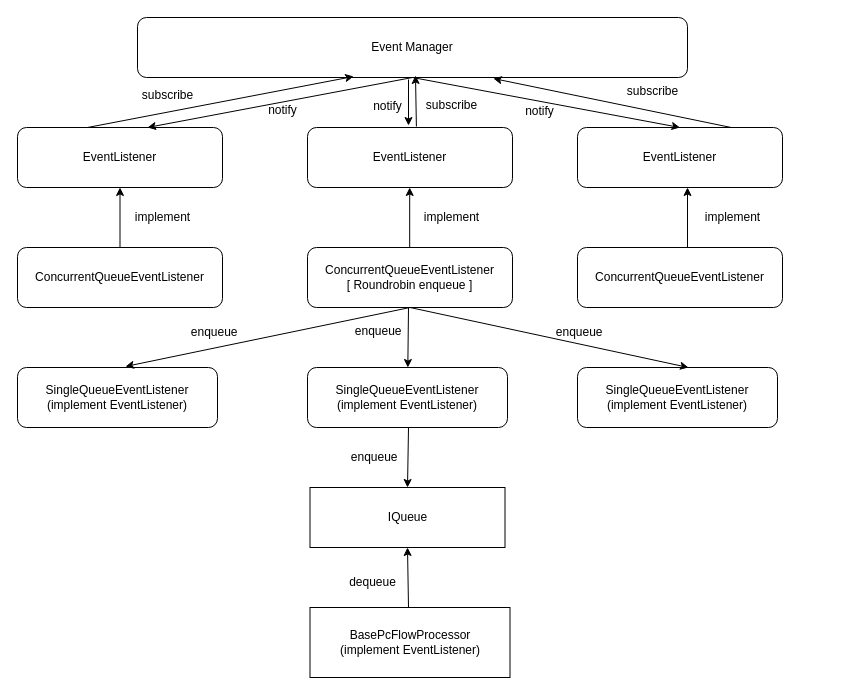
This is pcFlow.drawio from ndhcoder/my-configs, a draw.io file, before an edit. Source tidied: cells renumbered, new cells numbered last; positions are measured from the earlier drawing's top-left corner, leaving out a move shared by most shapes. Both pictures are drawn from the tidied source at 100%, with x=0, y=0 at pixel (17, 17).
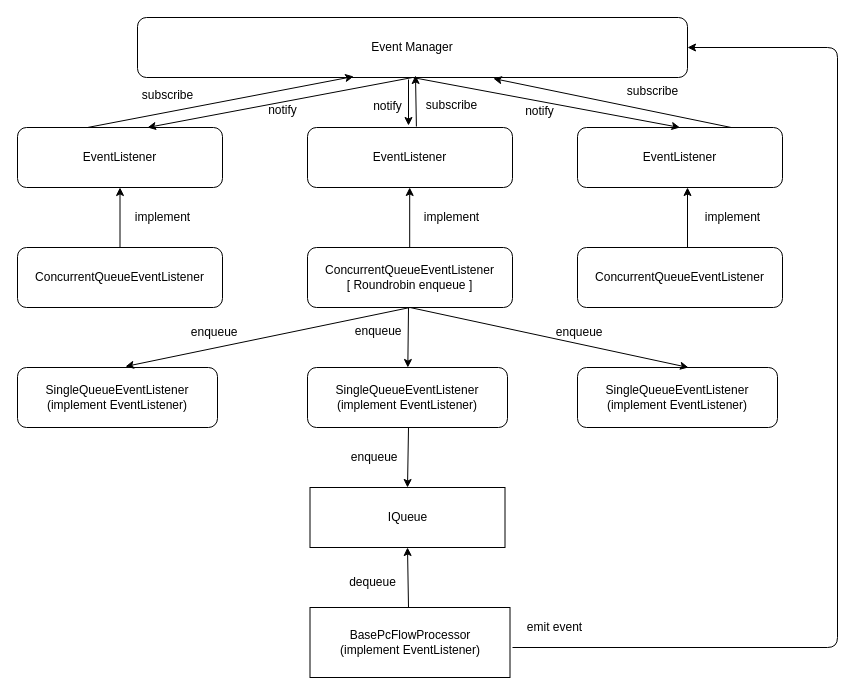
Above is the later version.

Unchanged cells that the change refers to:
```xml
<mxCell id="2" value="Event Manager" style="rounded=1;whiteSpace=wrap;html=1;" parent="1" vertex="1">
  <mxGeometry x="120" width="550" height="60" as="geometry" />
</mxCell>
```

The edit, as a diff of the source:
```diff
@@
+    <mxCell id="42" style="endArrow=classic;html=1;entryX=1;entryY=0.5;entryDx=0;entryDy=0;" parent="1" edge="1" target="2">
+      <mxGeometry relative="1" as="geometry">
+        <mxPoint x="495" y="630" as="sourcePoint" />
+        <Array as="points">
+          <mxPoint x="820" y="630" />
+          <mxPoint x="820" y="30" />
+        </Array>
+      </mxGeometry>
+    </mxCell>
+    <mxCell id="43" value="emit event" style="text;html=1;align=center;verticalAlign=middle;" parent="1" vertex="1">
+      <mxGeometry x="502" y="600" width="70" height="20" as="geometry" />
+    </mxCell>
```
